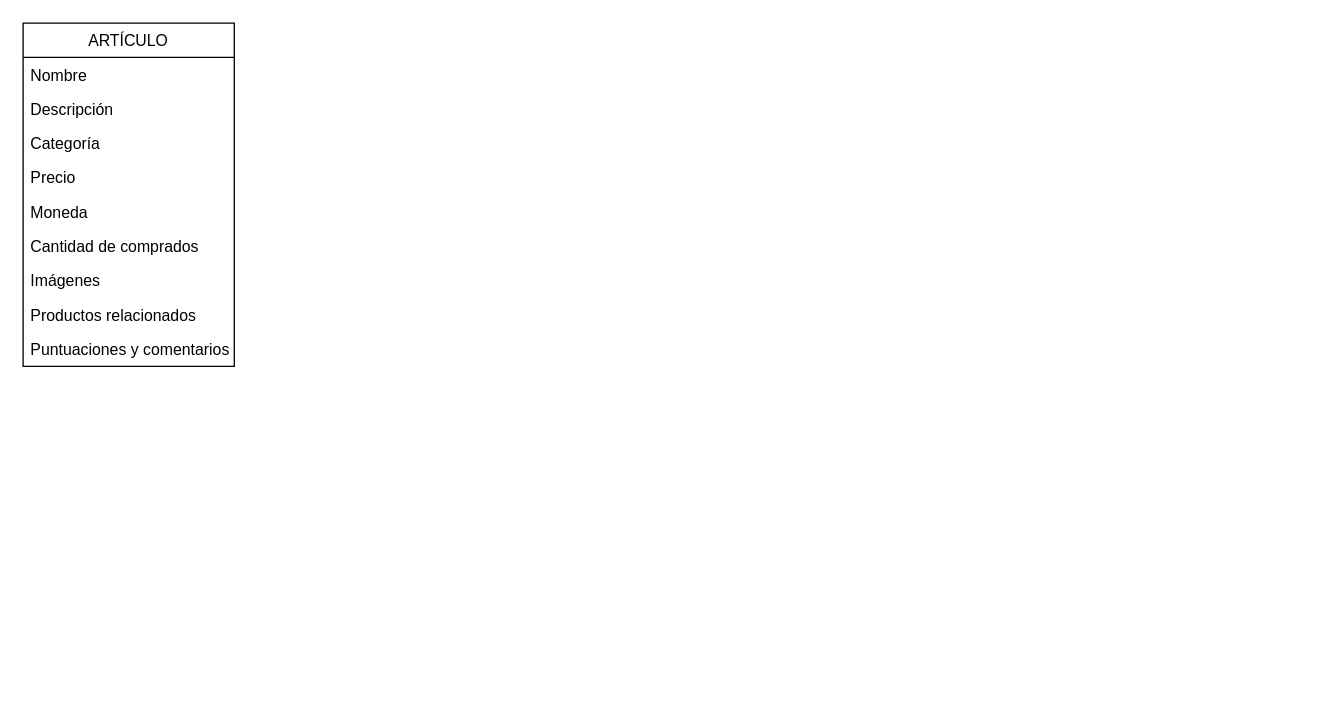
sephir17/Zafiro keeps this draw.io diagram as Untitled Diagram.drawio. Above is the earlier version. Source tidied: cells renumbered, new cells numbered last; positions are measured from the earlier drawing's top-left corner, leaving out a move shared by most shapes. Both pictures are drawn from the tidied source at 132%, with x=0, y=0 at pixel (22, 22).
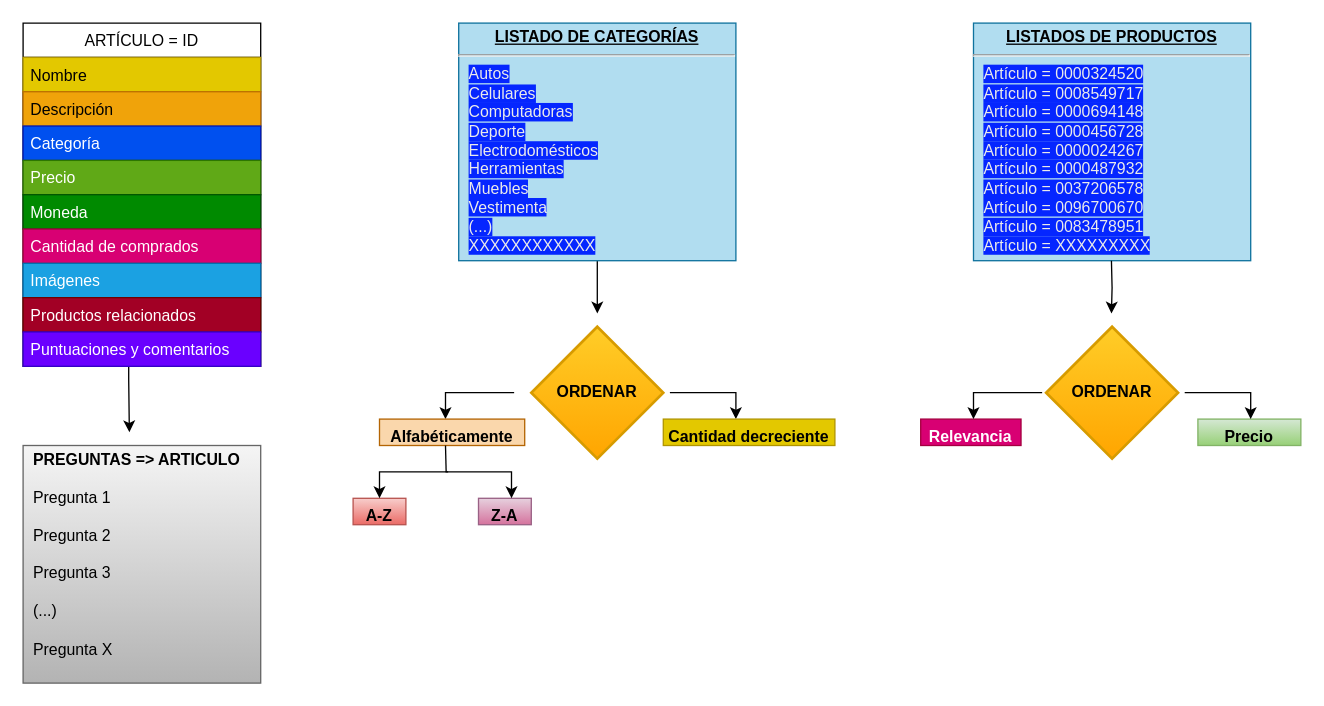
The same diagram, later.

Diff of the diagram source:
```diff
@@
+    <mxCell id="12" style="edgeStyle=orthogonalEdgeStyle;rounded=0;orthogonalLoop=1;jettySize=auto;html=1;" parent="1" edge="1">
+      <mxGeometry relative="1" as="geometry">
+        <mxPoint x="80" y="260" as="sourcePoint" />
+        <mxPoint x="80.5" y="310" as="targetPoint" />
+        <Array as="points">
+          <mxPoint x="80.5" y="270" />
+          <mxPoint x="80.5" y="270" />
+        </Array>
+      </mxGeometry>
+    </mxCell>
-    <mxCell id="2" value="ARTÍCULO" style="swimlane;fontStyle=0;horizontal=1;startSize=26;fillColor=none;" parent="1" vertex="1">
-      <mxGeometry width="160" height="260" as="geometry" />
+    <mxCell id="2" value="ARTÍCULO = ID" style="swimlane;fontStyle=0;horizontal=1;startSize=26;" parent="1" vertex="1">
+      <mxGeometry width="180" height="260" as="geometry" />
     </mxCell>
-    <mxCell id="3" value="Nombre" style="text;strokeColor=none;fillColor=none;align=left;verticalAlign=top;spacingLeft=4;spacingRight=4;overflow=hidden;" parent="2" vertex="1">
-      <mxGeometry y="26" width="160" height="26" as="geometry" />
+    <mxCell id="3" value="Nombre" style="text;align=left;verticalAlign=top;spacingLeft=4;spacingRight=4;overflow=hidden;fillColor=#e3c800;strokeColor=#B09500;fontColor=#000000;" parent="2" vertex="1">
+      <mxGeometry y="26" width="180" height="26" as="geometry" />
     </mxCell>
-    <mxCell id="4" value="Descripción" style="text;strokeColor=none;fillColor=none;align=left;verticalAlign=top;spacingLeft=4;spacingRight=4;overflow=hidden;" parent="2" vertex="1">
-      <mxGeometry y="52" width="160" height="26" as="geometry" />
+    <mxCell id="4" value="Descripción" style="text;strokeColor=#BD7000;fillColor=#f0a30a;align=left;verticalAlign=top;spacingLeft=4;spacingRight=4;overflow=hidden;fontColor=#000000;" parent="2" vertex="1">
+      <mxGeometry y="52" width="180" height="26" as="geometry" />
     </mxCell>
-    <mxCell id="5" value="Categoría&#10;" style="text;strokeColor=none;fillColor=none;align=left;verticalAlign=top;spacingLeft=4;spacingRight=4;overflow=hidden;" parent="2" vertex="1">
-      <mxGeometry y="78" width="160" height="26" as="geometry" />
+    <mxCell id="5" value="Categoría&#10;" style="text;strokeColor=#001DBC;fillColor=#0050ef;align=left;verticalAlign=top;spacingLeft=4;spacingRight=4;overflow=hidden;fontColor=#ffffff;" parent="2" vertex="1">
+      <mxGeometry y="78" width="180" height="26" as="geometry" />
     </mxCell>
-    <mxCell id="6" value="Precio" style="text;strokeColor=none;fillColor=none;align=left;verticalAlign=top;spacingLeft=4;spacingRight=4;overflow=hidden;" parent="2" vertex="1">
-      <mxGeometry y="104" width="160" height="26" as="geometry" />
+    <mxCell id="6" value="Precio" style="text;strokeColor=#2D7600;fillColor=#60a917;align=left;verticalAlign=top;spacingLeft=4;spacingRight=4;overflow=hidden;fontColor=#ffffff;" parent="2" vertex="1">
+      <mxGeometry y="104" width="180" height="26" as="geometry" />
     </mxCell>
-    <mxCell id="7" value="Moneda " style="text;strokeColor=none;fillColor=none;align=left;verticalAlign=top;spacingLeft=4;spacingRight=4;overflow=hidden;" parent="2" vertex="1">
-      <mxGeometry y="130" width="160" height="26" as="geometry" />
+    <mxCell id="7" value="Moneda " style="text;strokeColor=#005700;fillColor=#008a00;align=left;verticalAlign=top;spacingLeft=4;spacingRight=4;overflow=hidden;fontColor=#ffffff;" parent="2" vertex="1">
+      <mxGeometry y="130" width="180" height="26" as="geometry" />
     </mxCell>
-    <mxCell id="8" value="Cantidad de comprados" style="text;strokeColor=none;fillColor=none;align=left;verticalAlign=top;spacingLeft=4;spacingRight=4;overflow=hidden;" parent="2" vertex="1">
-      <mxGeometry y="156" width="160" height="26" as="geometry" />
+    <mxCell id="8" value="Cantidad de comprados" style="text;strokeColor=#A50040;fillColor=#d80073;align=left;verticalAlign=top;spacingLeft=4;spacingRight=4;overflow=hidden;fontColor=#ffffff;" parent="2" vertex="1">
+      <mxGeometry y="156" width="180" height="26" as="geometry" />
     </mxCell>
-    <mxCell id="9" value="Imágenes" style="text;strokeColor=none;fillColor=none;align=left;verticalAlign=top;spacingLeft=4;spacingRight=4;overflow=hidden;" parent="2" vertex="1">
-      <mxGeometry y="182" width="160" height="26" as="geometry" />
+    <mxCell id="9" value="Imágenes" style="text;strokeColor=#006EAF;fillColor=#1ba1e2;align=left;verticalAlign=top;spacingLeft=4;spacingRight=4;overflow=hidden;fontColor=#ffffff;" parent="2" vertex="1">
+      <mxGeometry y="182" width="180" height="26" as="geometry" />
     </mxCell>
-    <mxCell id="10" value="Productos relacionados" style="text;strokeColor=none;fillColor=none;align=left;verticalAlign=top;spacingLeft=4;spacingRight=4;overflow=hidden;" parent="2" vertex="1">
-      <mxGeometry y="208" width="160" height="26" as="geometry" />
+    <mxCell id="10" value="Productos relacionados" style="text;strokeColor=#6F0000;fillColor=#a20025;align=left;verticalAlign=top;spacingLeft=4;spacingRight=4;overflow=hidden;fontColor=#ffffff;" parent="2" vertex="1">
+      <mxGeometry y="208" width="180" height="26" as="geometry" />
     </mxCell>
-    <mxCell id="11" value="Puntuaciones y comentarios" style="text;strokeColor=none;fillColor=none;align=left;verticalAlign=top;spacingLeft=4;spacingRight=4;overflow=hidden;" parent="2" vertex="1">
-      <mxGeometry y="234" width="160" height="26" as="geometry" />
+    <mxCell id="11" value="Puntuaciones y comentarios" style="text;strokeColor=#3700CC;fillColor=#6a00ff;align=left;verticalAlign=top;spacingLeft=4;spacingRight=4;overflow=hidden;fontColor=#ffffff;" parent="2" vertex="1">
+      <mxGeometry y="234" width="180" height="26" as="geometry" />
     </mxCell>
+    <mxCell id="13" value="&lt;p style=&quot;margin: 0px ; margin-top: 4px ; text-align: center ; text-decoration: underline&quot;&gt;&lt;/p&gt;&lt;p style=&quot;margin: 0px ; margin-left: 8px&quot;&gt;&lt;b&gt;PREGUNTAS =&amp;gt; ARTICULO&lt;/b&gt;&lt;/p&gt;&lt;p style=&quot;margin: 0px ; margin-left: 8px&quot;&gt;&lt;br&gt;&lt;/p&gt;&lt;p style=&quot;margin: 0px ; margin-left: 8px&quot;&gt;Pregunta 1&lt;/p&gt;&lt;p style=&quot;margin: 0px ; margin-left: 8px&quot;&gt;&lt;br&gt;&lt;/p&gt;&lt;p style=&quot;margin: 0px ; margin-left: 8px&quot;&gt;Pregunta 2&lt;/p&gt;&lt;p style=&quot;margin: 0px ; margin-left: 8px&quot;&gt;&lt;br&gt;&lt;/p&gt;&lt;p style=&quot;margin: 0px ; margin-left: 8px&quot;&gt;Pregunta 3&lt;/p&gt;&lt;p style=&quot;margin: 0px ; margin-left: 8px&quot;&gt;&lt;br&gt;&lt;/p&gt;&lt;p style=&quot;margin: 0px ; margin-left: 8px&quot;&gt;(...)&lt;/p&gt;&lt;p style=&quot;margin: 0px ; margin-left: 8px&quot;&gt;&lt;br&gt;&lt;/p&gt;&lt;p style=&quot;margin: 0px ; margin-left: 8px&quot;&gt;Pregunta X&lt;/p&gt;" style="verticalAlign=top;align=left;overflow=fill;fontSize=12;fontFamily=Helvetica;html=1;fillColor=#f5f5f5;strokeColor=#666666;gradientColor=#b3b3b3;" parent="1" vertex="1">
+      <mxGeometry y="320" width="180" height="180" as="geometry" />
+    </mxCell>
+    <mxCell id="14" style="edgeStyle=orthogonalEdgeStyle;rounded=0;jettySize=auto;html=1;" parent="1" edge="1" source="15">
+      <mxGeometry relative="1" as="geometry">
+        <mxPoint x="435" y="220" as="targetPoint" />
+      </mxGeometry>
+    </mxCell>
+    <mxCell id="15" value="&lt;p style=&quot;margin: 0px ; margin-top: 4px ; text-align: center ; text-decoration: underline&quot;&gt;&lt;b&gt;LISTADO DE CATEGORÍAS&lt;/b&gt;&lt;/p&gt;&lt;hr&gt;&lt;p style=&quot;margin: 0px ; margin-left: 8px&quot;&gt;&lt;span style=&quot;background-color: rgb(5 , 38 , 255)&quot;&gt;&lt;font color=&quot;#ebebeb&quot;&gt;Autos&lt;/font&gt;&lt;/span&gt;&lt;/p&gt;&lt;p style=&quot;margin: 0px ; margin-left: 8px&quot;&gt;&lt;span style=&quot;background-color: rgb(5 , 38 , 255)&quot;&gt;&lt;font color=&quot;#ebebeb&quot;&gt;Celulares&lt;/font&gt;&lt;/span&gt;&lt;/p&gt;&lt;p style=&quot;margin: 0px ; margin-left: 8px&quot;&gt;&lt;span style=&quot;background-color: rgb(5 , 38 , 255)&quot;&gt;&lt;font color=&quot;#ebebeb&quot;&gt;Computadoras&lt;/font&gt;&lt;/span&gt;&lt;/p&gt;&lt;p style=&quot;margin: 0px ; margin-left: 8px&quot;&gt;&lt;span style=&quot;background-color: rgb(5 , 38 , 255)&quot;&gt;&lt;font color=&quot;#ebebeb&quot;&gt;Deporte&lt;/font&gt;&lt;/span&gt;&lt;/p&gt;&lt;p style=&quot;margin: 0px ; margin-left: 8px&quot;&gt;&lt;span style=&quot;background-color: rgb(5 , 38 , 255)&quot;&gt;&lt;font color=&quot;#ebebeb&quot;&gt;Electrodomésticos&lt;/font&gt;&lt;/span&gt;&lt;/p&gt;&lt;p style=&quot;margin: 0px ; margin-left: 8px&quot;&gt;&lt;span style=&quot;background-color: rgb(5 , 38 , 255)&quot;&gt;&lt;font color=&quot;#ebebeb&quot;&gt;Herramientas&lt;/font&gt;&lt;/span&gt;&lt;/p&gt;&lt;p style=&quot;margin: 0px ; margin-left: 8px&quot;&gt;&lt;span style=&quot;background-color: rgb(5 , 38 , 255)&quot;&gt;&lt;font color=&quot;#ebebeb&quot;&gt;Muebles&lt;/font&gt;&lt;/span&gt;&lt;/p&gt;&lt;p style=&quot;margin: 0px ; margin-left: 8px&quot;&gt;&lt;span style=&quot;background-color: rgb(5 , 38 , 255)&quot;&gt;&lt;font color=&quot;#ebebeb&quot;&gt;Vestimenta&lt;/font&gt;&lt;/span&gt;&lt;/p&gt;&lt;p style=&quot;margin: 0px ; margin-left: 8px&quot;&gt;&lt;span style=&quot;background-color: rgb(5 , 38 , 255)&quot;&gt;&lt;font color=&quot;#ebebeb&quot;&gt;(...)&lt;/font&gt;&lt;/span&gt;&lt;/p&gt;&lt;p style=&quot;margin: 0px ; margin-left: 8px&quot;&gt;&lt;span style=&quot;background-color: rgb(5 , 38 , 255)&quot;&gt;&lt;font color=&quot;#ebebeb&quot;&gt;XXXXXXXXXXXX&lt;/font&gt;&lt;/span&gt;&lt;/p&gt;&lt;p style=&quot;margin: 0px ; margin-left: 8px&quot;&gt;&lt;br&gt;&lt;/p&gt;&lt;p style=&quot;margin: 0px ; margin-left: 8px&quot;&gt;&lt;br&gt;&lt;/p&gt;&lt;p style=&quot;margin: 0px ; margin-left: 8px&quot;&gt;&lt;br&gt;&lt;/p&gt;&lt;p style=&quot;margin: 0px ; margin-left: 8px&quot;&gt;&lt;br&gt;&lt;/p&gt;" style="verticalAlign=top;align=left;overflow=fill;fontSize=12;fontFamily=Helvetica;html=1;fillColor=#b1ddf0;strokeColor=#10739e;" parent="1" vertex="1">
+      <mxGeometry x="330" width="210" height="180" as="geometry" />
+    </mxCell>
+    <mxCell id="16" value="Precio" style="text;strokeColor=#82b366;fillColor=#d5e8d4;align=center;verticalAlign=top;spacingLeft=4;spacingRight=4;overflow=hidden;gradientColor=#97d077;fontStyle=1;" parent="1" vertex="1">
+      <mxGeometry x="890" y="300" width="78" height="20" as="geometry" />
+    </mxCell>
+    <mxCell id="17" value="Relevancia" style="text;strokeColor=#A50040;fillColor=#d80073;align=center;verticalAlign=top;spacingLeft=4;spacingRight=4;overflow=hidden;fontStyle=1;fontColor=#ffffff;" parent="1" vertex="1">
+      <mxGeometry x="680" y="300" width="76" height="20" as="geometry" />
+    </mxCell>
+    <mxCell id="18" value="ORDENAR" style="strokeWidth=2;html=1;shape=mxgraph.flowchart.decision;whiteSpace=wrap;gradientColor=#ffa500;fillColor=#ffcd28;strokeColor=#d79b00;shadow=0;fontStyle=1;" parent="1" vertex="1">
+      <mxGeometry x="385" y="230" width="100" height="100" as="geometry" />
+    </mxCell>
+    <mxCell id="19" style="edgeStyle=orthogonalEdgeStyle;rounded=0;orthogonalLoop=1;jettySize=auto;html=1;" parent="1" edge="1">
+      <mxGeometry relative="1" as="geometry">
+        <mxPoint x="372" y="280" as="sourcePoint" />
+        <mxPoint x="320" y="300" as="targetPoint" />
+        <Array as="points">
+          <mxPoint x="320" y="280" />
+        </Array>
+      </mxGeometry>
+    </mxCell>
+    <mxCell id="20" style="edgeStyle=orthogonalEdgeStyle;rounded=0;orthogonalLoop=1;jettySize=auto;html=1;" parent="1" edge="1">
+      <mxGeometry relative="1" as="geometry">
+        <mxPoint x="490" y="280" as="sourcePoint" />
+        <mxPoint x="540" y="300" as="targetPoint" />
+        <Array as="points">
+          <mxPoint x="540" y="280" />
+          <mxPoint x="540" y="300" />
+        </Array>
+      </mxGeometry>
+    </mxCell>
+    <mxCell id="21" value="&lt;p style=&quot;margin: 0px ; margin-top: 4px ; text-align: center ; text-decoration: underline&quot;&gt;&lt;b&gt;LISTADOS DE PRODUCTOS&lt;/b&gt;&lt;/p&gt;&lt;hr&gt;&lt;p style=&quot;margin: 0px ; margin-left: 8px&quot;&gt;&lt;font color=&quot;#ebebeb&quot;&gt;&lt;span style=&quot;background-color: rgb(5 , 38 , 255)&quot;&gt;Artículo = 0000324520&lt;/span&gt;&lt;/font&gt;&lt;/p&gt;&lt;p style=&quot;margin: 0px ; margin-left: 8px&quot;&gt;&lt;span style=&quot;background-color: rgb(5 , 38 , 255) ; color: rgb(235 , 235 , 235)&quot;&gt;Artículo = 0008549717&lt;/span&gt;&lt;br&gt;&lt;/p&gt;&lt;p style=&quot;margin: 0px ; margin-left: 8px&quot;&gt;&lt;span style=&quot;color: rgb(235 , 235 , 235) ; background-color: rgb(5 , 38 , 255)&quot;&gt;Artículo = 0000694148&lt;/span&gt;&lt;span style=&quot;background-color: rgb(5 , 38 , 255) ; color: rgb(235 , 235 , 235)&quot;&gt;&lt;br&gt;&lt;/span&gt;&lt;/p&gt;&lt;p style=&quot;margin: 0px ; margin-left: 8px&quot;&gt;&lt;span style=&quot;color: rgb(235 , 235 , 235) ; background-color: rgb(5 , 38 , 255)&quot;&gt;Artículo = 0000456728&lt;/span&gt;&lt;span style=&quot;color: rgb(235 , 235 , 235) ; background-color: rgb(5 , 38 , 255)&quot;&gt;&lt;br&gt;&lt;/span&gt;&lt;/p&gt;&lt;p style=&quot;margin: 0px ; margin-left: 8px&quot;&gt;&lt;span style=&quot;color: rgb(235 , 235 , 235) ; background-color: rgb(5 , 38 , 255)&quot;&gt;Artículo = 0000024267&lt;/span&gt;&lt;span style=&quot;color: rgb(235 , 235 , 235) ; background-color: rgb(5 , 38 , 255)&quot;&gt;&lt;br&gt;&lt;/span&gt;&lt;/p&gt;&lt;p style=&quot;margin: 0px ; margin-left: 8px&quot;&gt;&lt;span style=&quot;color: rgb(235 , 235 , 235) ; background-color: rgb(5 , 38 , 255)&quot;&gt;Artículo = 0000487932&lt;/span&gt;&lt;span style=&quot;color: rgb(235 , 235 , 235) ; background-color: rgb(5 , 38 , 255)&quot;&gt;&lt;br&gt;&lt;/span&gt;&lt;/p&gt;&lt;p style=&quot;margin: 0px ; margin-left: 8px&quot;&gt;&lt;span style=&quot;color: rgb(235 , 235 , 235) ; background-color: rgb(5 , 38 , 255)&quot;&gt;Artículo = 0037206578&lt;/span&gt;&lt;span style=&quot;color: rgb(235 , 235 , 235) ; background-color: rgb(5 , 38 , 255)&quot;&gt;&lt;br&gt;&lt;/span&gt;&lt;/p&gt;&lt;p style=&quot;margin: 0px ; margin-left: 8px&quot;&gt;&lt;span style=&quot;color: rgb(235 , 235 , 235) ; background-color: rgb(5 , 38 , 255)&quot;&gt;Artículo = 0096700670&lt;/span&gt;&lt;span style=&quot;color: rgb(235 , 235 , 235) ; background-color: rgb(5 , 38 , 255)&quot;&gt;&lt;br&gt;&lt;/span&gt;&lt;/p&gt;&lt;p style=&quot;margin: 0px ; margin-left: 8px&quot;&gt;&lt;span style=&quot;color: rgb(235 , 235 , 235) ; background-color: rgb(5 , 38 , 255)&quot;&gt;Artículo = 0083478951&lt;/span&gt;&lt;span style=&quot;color: rgb(235 , 235 , 235) ; background-color: rgb(5 , 38 , 255)&quot;&gt;&lt;br&gt;&lt;/span&gt;&lt;/p&gt;&lt;p style=&quot;margin: 0px ; margin-left: 8px&quot;&gt;&lt;span style=&quot;color: rgb(235 , 235 , 235) ; background-color: rgb(5 , 38 , 255)&quot;&gt;Artículo = XXXXXXXXX&lt;/span&gt;&lt;span style=&quot;color: rgb(235 , 235 , 235) ; background-color: rgb(5 , 38 , 255)&quot;&gt;&lt;br&gt;&lt;/span&gt;&lt;/p&gt;&lt;p style=&quot;margin: 0px ; margin-left: 8px&quot;&gt;&lt;span style=&quot;background-color: rgb(5 , 38 , 255) ; color: rgb(235 , 235 , 235)&quot;&gt;&lt;br&gt;&lt;/span&gt;&lt;/p&gt;&lt;p style=&quot;margin: 0px ; margin-left: 8px&quot;&gt;&lt;br&gt;&lt;/p&gt;&lt;p style=&quot;margin: 0px ; margin-left: 8px&quot;&gt;&lt;br&gt;&lt;/p&gt;&lt;p style=&quot;margin: 0px ; margin-left: 8px&quot;&gt;&lt;br&gt;&lt;/p&gt;&lt;p style=&quot;margin: 0px ; margin-left: 8px&quot;&gt;&lt;br&gt;&lt;/p&gt;" style="verticalAlign=top;align=left;overflow=fill;fontSize=12;fontFamily=Helvetica;html=1;fillColor=#b1ddf0;strokeColor=#10739e;" parent="1" vertex="1">
+      <mxGeometry x="720" width="210" height="180" as="geometry" />
+    </mxCell>
+    <mxCell id="22" value="ORDENAR" style="strokeWidth=2;html=1;shape=mxgraph.flowchart.decision;whiteSpace=wrap;gradientColor=#ffa500;fillColor=#ffcd28;strokeColor=#d79b00;shadow=0;fontStyle=1;" parent="1" vertex="1">
+      <mxGeometry x="775" y="230" width="100" height="100" as="geometry" />
+    </mxCell>
+    <mxCell id="23" style="edgeStyle=orthogonalEdgeStyle;rounded=0;orthogonalLoop=1;jettySize=auto;html=1;" parent="1" edge="1">
+      <mxGeometry relative="1" as="geometry">
+        <mxPoint x="824.5" y="180" as="sourcePoint" />
+        <mxPoint x="824.5" y="220" as="targetPoint" />
+      </mxGeometry>
+    </mxCell>
+    <mxCell id="24" value="Cantidad decreciente" style="text;strokeColor=#B09500;fillColor=#e3c800;align=center;verticalAlign=top;spacingLeft=4;spacingRight=4;overflow=hidden;fontStyle=1;fontColor=#000000;" parent="1" vertex="1">
+      <mxGeometry x="485" y="300" width="130" height="20" as="geometry" />
+    </mxCell>
+    <mxCell id="25" value="Alfabéticamente" style="text;strokeColor=#b46504;fillColor=#fad7ac;align=center;verticalAlign=top;spacingLeft=4;spacingRight=4;overflow=hidden;fontStyle=1;" parent="1" vertex="1">
+      <mxGeometry x="270" y="300" width="110" height="20" as="geometry" />
+    </mxCell>
+    <mxCell id="26" value="A-Z" style="text;strokeColor=#b85450;fillColor=#f8cecc;align=center;verticalAlign=top;spacingLeft=4;spacingRight=4;overflow=hidden;fontStyle=1;gradientColor=#ea6b66;" parent="1" vertex="1">
+      <mxGeometry x="250" y="360" width="40" height="20" as="geometry" />
+    </mxCell>
+    <mxCell id="27" value="Z-A" style="text;strokeColor=#996185;fillColor=#e6d0de;align=center;verticalAlign=top;spacingLeft=4;spacingRight=4;overflow=hidden;fontStyle=1;gradientColor=#d5739d;" parent="1" vertex="1">
+      <mxGeometry x="345" y="360" width="40" height="20" as="geometry" />
+    </mxCell>
+    <mxCell id="28" style="endArrow=none;html=1;" parent="1" edge="1">
+      <mxGeometry relative="1" as="geometry">
+        <mxPoint x="320.5" y="340" as="sourcePoint" />
+        <mxPoint x="320" y="320" as="targetPoint" />
+      </mxGeometry>
+    </mxCell>
+    <mxCell id="29" style="edgeStyle=orthogonalEdgeStyle;rounded=0;orthogonalLoop=1;jettySize=auto;html=1;" parent="1" edge="1">
+      <mxGeometry relative="1" as="geometry">
+        <mxPoint x="320" y="340" as="sourcePoint" />
+        <mxPoint x="370" y="360" as="targetPoint" />
+        <Array as="points">
+          <mxPoint x="370" y="340" />
+          <mxPoint x="370" y="360" />
+        </Array>
+      </mxGeometry>
+    </mxCell>
+    <mxCell id="30" style="edgeStyle=orthogonalEdgeStyle;rounded=0;orthogonalLoop=1;jettySize=auto;html=1;" parent="1" edge="1">
+      <mxGeometry relative="1" as="geometry">
+        <mxPoint x="322" y="340" as="sourcePoint" />
+        <mxPoint x="270" y="360" as="targetPoint" />
+        <Array as="points">
+          <mxPoint x="270" y="340" />
+        </Array>
+      </mxGeometry>
+    </mxCell>
+    <mxCell id="31" style="edgeStyle=orthogonalEdgeStyle;rounded=0;orthogonalLoop=1;jettySize=auto;html=1;" parent="1" edge="1">
+      <mxGeometry relative="1" as="geometry">
+        <mxPoint x="880" y="280" as="sourcePoint" />
+        <mxPoint x="930" y="300" as="targetPoint" />
+        <Array as="points">
+          <mxPoint x="930" y="280" />
+          <mxPoint x="930" y="300" />
+        </Array>
+      </mxGeometry>
+    </mxCell>
+    <mxCell id="32" style="edgeStyle=orthogonalEdgeStyle;rounded=0;orthogonalLoop=1;jettySize=auto;html=1;" parent="1" edge="1">
+      <mxGeometry relative="1" as="geometry">
+        <mxPoint x="772" y="280" as="sourcePoint" />
+        <mxPoint x="720" y="300" as="targetPoint" />
+        <Array as="points">
+          <mxPoint x="720" y="280" />
+        </Array>
+      </mxGeometry>
+    </mxCell>
```
